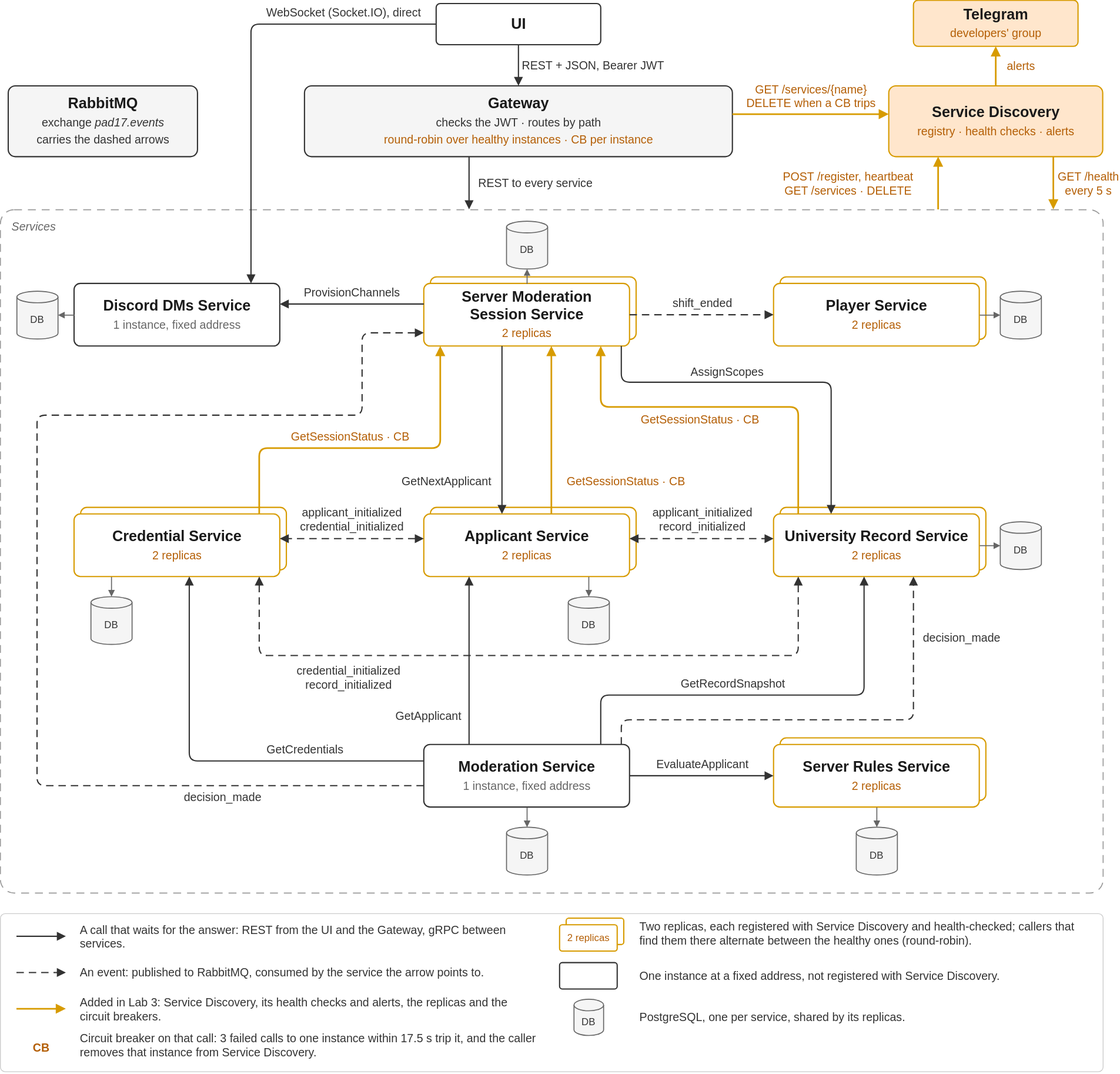
Earlier version of the draw.io export architecture_diagram.svg (AnastasiaT18/pad-team-17-student-id-please). Source tidied: cells renumbered, new cells last; positions are measured from the earlier drawing's top-left corner, leaving out a move shared by most shapes.
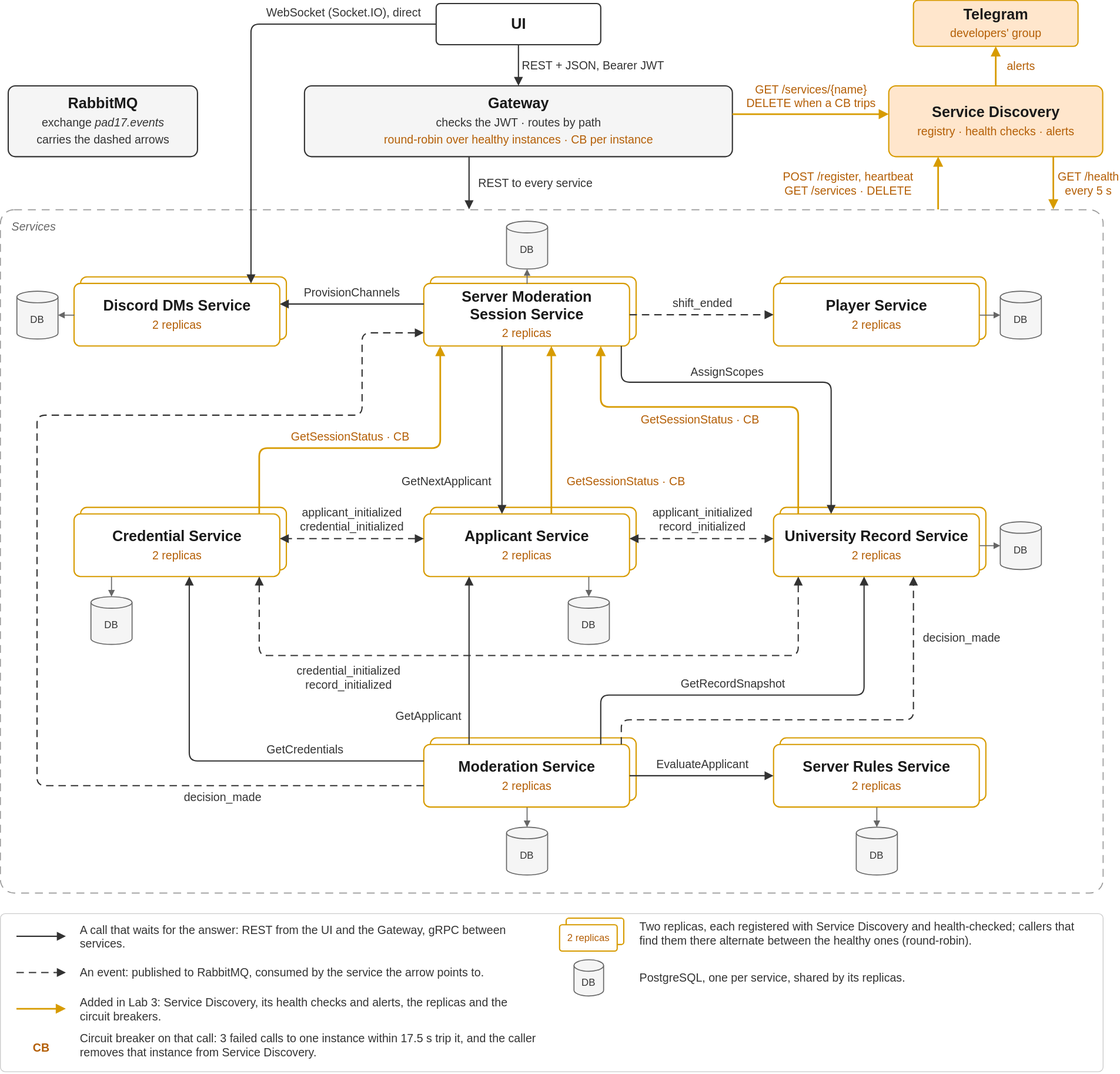
Later version of the same file.

Commit message:
Show Moderation and Discord DMs Services as two replicas in the diagram

The edit, as a diff of the source:
```diff
@@ -23,7 +23,10 @@
     <mxCell id="8" value="&lt;b&gt;Telegram&lt;/b&gt;&lt;br&gt;&lt;font style=&quot;font-size: 14px;&quot; color=&quot;#b45f06&quot;&gt;developers' group&lt;/font&gt;" style="fontFamily=Helvetica;rounded=1;arcSize=10;whiteSpace=wrap;html=1;strokeWidth=1.5;fontSize=18;fontColor=#1a1a1a;verticalAlign=middle;fillColor=#ffe6cc;strokeColor=#d79b00;" parent="1" vertex="1">
       <mxGeometry x="1110" width="200" height="56" as="geometry" />
     </mxCell>
+    <mxCell id="78" style="fontFamily=Helvetica;rounded=1;arcSize=10;whiteSpace=wrap;html=1;strokeWidth=1.5;fontSize=18;fontColor=#1a1a1a;verticalAlign=middle;fillColor=#ffffff;strokeColor=#d79b00;" parent="1" vertex="1">
+      <mxGeometry x="98" y="336" width="250" height="76" as="geometry" />
+    </mxCell>
-    <mxCell id="9" value="&lt;b&gt;Discord DMs Service&lt;/b&gt;&lt;br&gt;&lt;font style=&quot;font-size: 14px;&quot; color=&quot;#666666&quot;&gt;1 instance, fixed address&lt;/font&gt;" style="fontFamily=Helvetica;rounded=1;arcSize=10;whiteSpace=wrap;html=1;strokeWidth=1.5;fontSize=18;fontColor=#1a1a1a;verticalAlign=middle;fillColor=#ffffff;strokeColor=#333333;" parent="1" vertex="1">
+    <mxCell id="9" value="&lt;b&gt;Discord DMs Service&lt;/b&gt;&lt;br&gt;&lt;font style=&quot;font-size: 14px;&quot; color=&quot;#b45f06&quot;&gt;2 replicas&lt;/font&gt;" style="fontFamily=Helvetica;rounded=1;arcSize=10;whiteSpace=wrap;html=1;strokeWidth=1.5;fontSize=18;fontColor=#1a1a1a;verticalAlign=middle;fillColor=#ffffff;strokeColor=#d79b00;" parent="1" vertex="1">
       <mxGeometry x="90" y="344" width="250" height="76" as="geometry" />
     </mxCell>
     <mxCell id="10" style="fontFamily=Helvetica;rounded=1;arcSize=10;whiteSpace=wrap;html=1;strokeWidth=1.5;fontSize=18;fontColor=#1a1a1a;verticalAlign=middle;fillColor=#ffffff;strokeColor=#d79b00;" parent="1" vertex="1">
@@ -56,7 +59,10 @@
     <mxCell id="19" value="&lt;b&gt;University Record Service&lt;/b&gt;&lt;br&gt;&lt;font style=&quot;font-size: 14px;&quot; color=&quot;#b45f06&quot;&gt;2 replicas&lt;/font&gt;" style="fontFamily=Helvetica;rounded=1;arcSize=10;whiteSpace=wrap;html=1;strokeWidth=1.5;fontSize=18;fontColor=#1a1a1a;verticalAlign=middle;fillColor=#ffffff;strokeColor=#d79b00;" parent="1" vertex="1">
       <mxGeometry x="940" y="624" width="250" height="76" as="geometry" />
     </mxCell>
+    <mxCell id="79" style="fontFamily=Helvetica;rounded=1;arcSize=10;whiteSpace=wrap;html=1;strokeWidth=1.5;fontSize=18;fontColor=#1a1a1a;verticalAlign=middle;fillColor=#ffffff;strokeColor=#d79b00;" parent="1" vertex="1">
+      <mxGeometry x="523" y="896" width="250" height="76" as="geometry" />
+    </mxCell>
-    <mxCell id="20" value="&lt;b&gt;Moderation Service&lt;/b&gt;&lt;br&gt;&lt;font style=&quot;font-size: 14px;&quot; color=&quot;#666666&quot;&gt;1 instance, fixed address&lt;/font&gt;" style="fontFamily=Helvetica;rounded=1;arcSize=10;whiteSpace=wrap;html=1;strokeWidth=1.5;fontSize=18;fontColor=#1a1a1a;verticalAlign=middle;fillColor=#ffffff;strokeColor=#333333;" parent="1" vertex="1">
+    <mxCell id="20" value="&lt;b&gt;Moderation Service&lt;/b&gt;&lt;br&gt;&lt;font style=&quot;font-size: 14px;&quot; color=&quot;#b45f06&quot;&gt;2 replicas&lt;/font&gt;" style="fontFamily=Helvetica;rounded=1;arcSize=10;whiteSpace=wrap;html=1;strokeWidth=1.5;fontSize=18;fontColor=#1a1a1a;verticalAlign=middle;fillColor=#ffffff;strokeColor=#d79b00;" parent="1" vertex="1">
       <mxGeometry x="515" y="904" width="250" height="76" as="geometry" />
     </mxCell>
     <mxCell id="21" style="fontFamily=Helvetica;rounded=1;arcSize=10;whiteSpace=wrap;html=1;strokeWidth=1.5;fontSize=18;fontColor=#1a1a1a;verticalAlign=middle;fillColor=#ffffff;strokeColor=#d79b00;" parent="1" vertex="1">
@@ -306,20 +312,14 @@
     <mxCell id="72" value="2 replicas" style="fontFamily=Helvetica;rounded=1;arcSize=10;whiteSpace=wrap;html=1;strokeWidth=1.5;fontSize=18;fontColor=#1a1a1a;verticalAlign=middle;fillColor=#ffffff;strokeColor=#d79b00;fontSize=12;fontColor=#b45f06;" parent="1" vertex="1">
       <mxGeometry x="680" y="1123" width="70" height="32" as="geometry" />
     </mxCell>
-    <mxCell id="73" style="fontFamily=Helvetica;rounded=1;arcSize=10;whiteSpace=wrap;html=1;strokeWidth=1.5;fontSize=18;fontColor=#1a1a1a;verticalAlign=middle;fillColor=#ffffff;strokeColor=#333333;" parent="1" vertex="1">
-      <mxGeometry x="680" y="1169" width="70" height="32" as="geometry" />
-    </mxCell>
     <mxCell id="74" value="DB" style="fontFamily=Helvetica;shape=cylinder3;whiteSpace=wrap;html=1;boundedLbl=1;backgroundOutline=1;size=7;fillColor=#f5f5f5;strokeColor=#666666;strokeWidth=1.2;fontSize=12;fontColor=#333333;" parent="1" vertex="1">
-      <mxGeometry x="697" y="1213" width="36" height="44" as="geometry" />
+      <mxGeometry x="697" y="1165" width="36" height="44" as="geometry" />
     </mxCell>
     <mxCell id="75" value="Two replicas, each registered with Service Discovery and health-checked; callers that find them there alternate between the healthy ones (round-robin)." style="fontFamily=Helvetica;text;html=1;whiteSpace=wrap;strokeColor=none;fillColor=none;fontSize=14;fontColor=#333333;align=left;verticalAlign=middle;" parent="1" vertex="1">
       <mxGeometry x="775" y="1113" width="550" height="40" as="geometry" />
     </mxCell>
-    <mxCell id="76" value="One instance at a fixed address, not registered with Service Discovery." style="fontFamily=Helvetica;text;html=1;whiteSpace=wrap;strokeColor=none;fillColor=none;fontSize=14;fontColor=#333333;align=left;verticalAlign=middle;" parent="1" vertex="1">
-      <mxGeometry x="775" y="1165" width="550" height="40" as="geometry" />
+    <mxCell id="76" value="PostgreSQL, one per service, shared by its replicas." style="fontFamily=Helvetica;text;html=1;whiteSpace=wrap;strokeColor=none;fillColor=none;fontSize=14;fontColor=#333333;align=left;verticalAlign=middle;" parent="1" vertex="1">
+      <mxGeometry x="775" y="1167" width="550" height="40" as="geometry" />
     </mxCell>
-    <mxCell id="77" value="PostgreSQL, one per service, shared by its replicas." style="fontFamily=Helvetica;text;html=1;whiteSpace=wrap;strokeColor=none;fillColor=none;fontSize=14;fontColor=#333333;align=left;verticalAlign=middle;" parent="1" vertex="1">
-      <mxGeometry x="775" y="1215" width="550" height="40" as="geometry" />
-    </mxCell>
   </root>
 </mxGraphModel>
```
